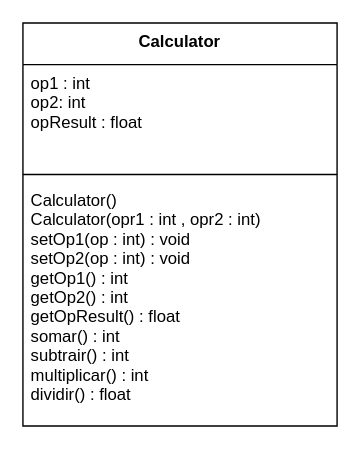
Above: Untitled Diagram.drawio in brunna-martins/OrientacaoAObjetos2022.1 (draw.io), before the change. Source tidied: cells renumbered, new cells numbered last; positions are measured from the earlier drawing's top-left corner, leaving out a move shared by most shapes. Both pictures are drawn from the tidied source at 139%, with x=0, y=0 at pixel (22, 22).
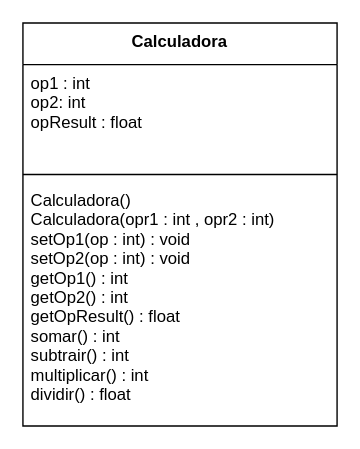
The same diagram, later.

The edit, as a diff of the source:
```diff
@@
 <mxGraphModel>
   <root>
     <mxCell id="0" />
     <mxCell id="1" parent="0" />
-    <mxCell id="2" value="Calculator" style="swimlane;fontStyle=1;align=center;verticalAlign=top;horizontal=1;startSize=30;" parent="1" vertex="1">
+    <mxCell id="2" value="Calculadora" style="swimlane;fontStyle=1;align=center;verticalAlign=top;horizontal=1;startSize=30;" parent="1" vertex="1">
       <mxGeometry width="226" height="290" as="geometry" />
     </mxCell>
     <mxCell id="3" value="op1 : int&#10;op2: int&#10;opResult : float" style="text;strokeColor=none;fillColor=none;align=left;verticalAlign=top;spacingLeft=4;spacingRight=4;overflow=hidden;points=[[0,0.5],[1,0.5]];portConstraint=eastwest;" parent="2" vertex="1">
       <mxGeometry y="30" width="226" height="74" as="geometry" />
     </mxCell>
     <mxCell id="4" style="line;strokeWidth=1;fillColor=none;align=left;verticalAlign=middle;spacingTop=-1;spacingLeft=3;spacingRight=3;labelPosition=right;" parent="2" vertex="1">
       <mxGeometry y="104" width="226" height="10" as="geometry" />
     </mxCell>
-    <mxCell id="5" value="Calculator()&#10;Calculator(opr1 : int , opr2 : int)&#10;setOp1(op : int) : void&#10;setOp2(op : int) : void&#10;getOp1() : int&#10;getOp2() : int&#10;getOpResult() : float&#10;somar() : int&#10;subtrair() : int&#10;multiplicar() : int&#10;dividir() : float&#10;&#10;&#10;&#10;" style="text;strokeColor=none;fillColor=none;align=left;verticalAlign=top;spacingLeft=4;spacingRight=4;overflow=hidden;" parent="2" vertex="1">
+    <mxCell id="5" value="Calculadora()&#10;Calculadora(opr1 : int , opr2 : int)&#10;setOp1(op : int) : void&#10;setOp2(op : int) : void&#10;getOp1() : int&#10;getOp2() : int&#10;getOpResult() : float&#10;somar() : int&#10;subtrair() : int&#10;multiplicar() : int&#10;dividir() : float&#10;&#10;&#10;&#10;" style="text;strokeColor=none;fillColor=none;align=left;verticalAlign=top;spacingLeft=4;spacingRight=4;overflow=hidden;" parent="2" vertex="1">
       <mxGeometry y="114" width="226" height="176" as="geometry" />
     </mxCell>
     <mxCell id="6" style="edgeStyle=orthogonalEdgeStyle;rounded=0;orthogonalLoop=1;jettySize=auto;html=1;exitX=1;exitY=0.5;exitDx=0;exitDy=0;" parent="2" edge="1" source="3" target="3">
       <mxGeometry relative="1" as="geometry" />
     </mxCell>
   </root>
 </mxGraphModel>
```
